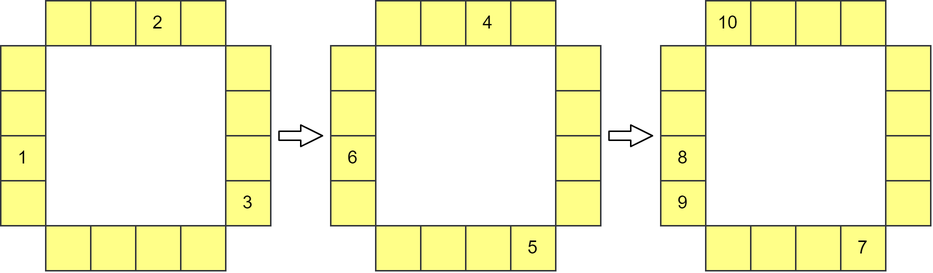
The draw.io diagram img/62c303-L12.drawio.png in axiomofchoice-hjt/Axiomofchoice-hjt.github.io, before a commit. Source tidied: cells renumbered, new cells last; positions are measured from the earlier drawing's top-left corner, leaving out a move shared by most shapes.
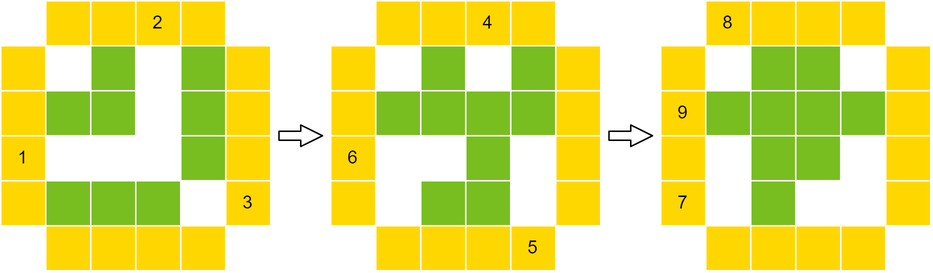
The same file after the commit.

The edit, as a diff of the source:
```diff
@@ -2,161 +2,242 @@
   <root>
     <mxCell id="0" />
     <mxCell id="1" parent="0" />
-    <mxCell id="2" style="rounded=0;whiteSpace=wrap;html=1;fillColor=#ffff88;strokeColor=#36393d;" parent="1" vertex="1">
+    <mxCell id="2" style="rounded=0;whiteSpace=wrap;html=1;fillColor=#ffd700;strokeColor=#ffffff;fontColor=#000000;" parent="1" vertex="1">
       <mxGeometry x="30" width="30" height="30" as="geometry" />
     </mxCell>
-    <mxCell id="3" style="rounded=0;whiteSpace=wrap;html=1;fillColor=#ffff88;strokeColor=#36393d;" parent="1" vertex="1">
+    <mxCell id="3" style="rounded=0;whiteSpace=wrap;html=1;fillColor=#ffd700;strokeColor=#ffffff;fontColor=#000000;" parent="1" vertex="1">
       <mxGeometry x="60" width="30" height="30" as="geometry" />
     </mxCell>
-    <mxCell id="4" value="2" style="rounded=0;whiteSpace=wrap;html=1;fillColor=#ffff88;strokeColor=#36393d;" parent="1" vertex="1">
+    <mxCell id="4" value="2" style="rounded=0;whiteSpace=wrap;html=1;fillColor=#ffd700;strokeColor=#ffffff;fontColor=#000000;" parent="1" vertex="1">
       <mxGeometry x="90" width="30" height="30" as="geometry" />
     </mxCell>
-    <mxCell id="5" style="rounded=0;whiteSpace=wrap;html=1;fillColor=#ffff88;strokeColor=#36393d;" parent="1" vertex="1">
+    <mxCell id="5" style="rounded=0;whiteSpace=wrap;html=1;fillColor=#ffd700;strokeColor=#ffffff;fontColor=#000000;" parent="1" vertex="1">
       <mxGeometry y="30" width="30" height="30" as="geometry" />
     </mxCell>
-    <mxCell id="6" style="rounded=0;whiteSpace=wrap;html=1;fillColor=#ffff88;strokeColor=#36393d;" parent="1" vertex="1">
+    <mxCell id="6" style="rounded=0;whiteSpace=wrap;html=1;fillColor=#ffd700;strokeColor=#ffffff;fontColor=#000000;" parent="1" vertex="1">
       <mxGeometry x="150" y="30" width="30" height="30" as="geometry" />
     </mxCell>
-    <mxCell id="7" style="rounded=0;whiteSpace=wrap;html=1;fillColor=#ffff88;strokeColor=#36393d;" parent="1" vertex="1">
+    <mxCell id="7" style="rounded=0;whiteSpace=wrap;html=1;fillColor=#ffd700;strokeColor=#ffffff;fontColor=#000000;" parent="1" vertex="1">
       <mxGeometry y="60" width="30" height="30" as="geometry" />
     </mxCell>
-    <mxCell id="8" style="rounded=0;whiteSpace=wrap;html=1;fillColor=#ffff88;strokeColor=#36393d;" parent="1" vertex="1">
+    <mxCell id="8" style="rounded=0;whiteSpace=wrap;html=1;fillColor=#ffd700;strokeColor=#ffffff;fontColor=#000000;" parent="1" vertex="1">
       <mxGeometry x="150" y="60" width="30" height="30" as="geometry" />
     </mxCell>
-    <mxCell id="9" value="1" style="rounded=0;whiteSpace=wrap;html=1;fillColor=#ffff88;strokeColor=#36393d;" parent="1" vertex="1">
+    <mxCell id="9" value="1" style="rounded=0;whiteSpace=wrap;html=1;fillColor=#ffd700;strokeColor=#ffffff;fontColor=#000000;" parent="1" vertex="1">
       <mxGeometry y="90" width="30" height="30" as="geometry" />
     </mxCell>
-    <mxCell id="10" style="rounded=0;whiteSpace=wrap;html=1;fillColor=#ffff88;strokeColor=#36393d;" parent="1" vertex="1">
+    <mxCell id="10" style="rounded=0;whiteSpace=wrap;html=1;fillColor=#ffd700;strokeColor=#ffffff;fontColor=#000000;" parent="1" vertex="1">
       <mxGeometry x="150" y="90" width="30" height="30" as="geometry" />
     </mxCell>
-    <mxCell id="11" style="rounded=0;whiteSpace=wrap;html=1;fillColor=#ffff88;strokeColor=#36393d;" parent="1" vertex="1">
+    <mxCell id="11" style="rounded=0;whiteSpace=wrap;html=1;fillColor=#ffd700;strokeColor=#ffffff;fontColor=#000000;" parent="1" vertex="1">
       <mxGeometry x="30" y="150" width="30" height="30" as="geometry" />
     </mxCell>
-    <mxCell id="12" style="rounded=0;whiteSpace=wrap;html=1;fillColor=#ffff88;strokeColor=#36393d;" parent="1" vertex="1">
+    <mxCell id="12" style="rounded=0;whiteSpace=wrap;html=1;fillColor=#ffd700;strokeColor=#ffffff;fontColor=#000000;" parent="1" vertex="1">
       <mxGeometry x="60" y="150" width="30" height="30" as="geometry" />
     </mxCell>
-    <mxCell id="13" style="rounded=0;whiteSpace=wrap;html=1;fillColor=#ffff88;strokeColor=#36393d;" parent="1" vertex="1">
+    <mxCell id="13" style="rounded=0;whiteSpace=wrap;html=1;fillColor=#ffd700;strokeColor=#ffffff;fontColor=#000000;" parent="1" vertex="1">
       <mxGeometry x="90" y="150" width="30" height="30" as="geometry" />
     </mxCell>
-    <mxCell id="14" style="rounded=0;whiteSpace=wrap;html=1;fillColor=#ffff88;strokeColor=#36393d;" parent="1" vertex="1">
+    <mxCell id="14" style="rounded=0;whiteSpace=wrap;html=1;fillColor=#ffd700;strokeColor=#ffffff;fontColor=#000000;" parent="1" vertex="1">
       <mxGeometry x="120" y="150" width="30" height="30" as="geometry" />
     </mxCell>
-    <mxCell id="15" value="3" style="rounded=0;whiteSpace=wrap;html=1;fillColor=#ffff88;strokeColor=#36393d;" parent="1" vertex="1">
+    <mxCell id="15" value="3" style="rounded=0;whiteSpace=wrap;html=1;fillColor=#ffd700;strokeColor=#ffffff;fontColor=#000000;" parent="1" vertex="1">
       <mxGeometry x="150" y="120" width="30" height="30" as="geometry" />
     </mxCell>
-    <mxCell id="16" style="rounded=0;whiteSpace=wrap;html=1;fillColor=#ffff88;strokeColor=#36393d;" parent="1" vertex="1">
+    <mxCell id="16" style="rounded=0;whiteSpace=wrap;html=1;fillColor=#ffd700;strokeColor=#ffffff;fontColor=#000000;" parent="1" vertex="1">
       <mxGeometry x="120" width="30" height="30" as="geometry" />
     </mxCell>
-    <mxCell id="17" style="rounded=0;whiteSpace=wrap;html=1;fillColor=#ffff88;strokeColor=#36393d;" parent="1" vertex="1">
+    <mxCell id="17" style="rounded=0;whiteSpace=wrap;html=1;fillColor=#ffd700;strokeColor=#ffffff;fontColor=#000000;" parent="1" vertex="1">
       <mxGeometry y="120" width="30" height="30" as="geometry" />
     </mxCell>
-    <mxCell id="18" style="rounded=0;whiteSpace=wrap;html=1;fillColor=#ffff88;strokeColor=#36393d;" parent="1" vertex="1">
+    <mxCell id="18" style="rounded=0;whiteSpace=wrap;html=1;fillColor=#ffd700;strokeColor=#ffffff;fontColor=#000000;" parent="1" vertex="1">
       <mxGeometry x="250" width="30" height="30" as="geometry" />
     </mxCell>
-    <mxCell id="19" style="rounded=0;whiteSpace=wrap;html=1;fillColor=#ffff88;strokeColor=#36393d;" parent="1" vertex="1">
+    <mxCell id="19" style="rounded=0;whiteSpace=wrap;html=1;fillColor=#ffd700;strokeColor=#ffffff;fontColor=#000000;" parent="1" vertex="1">
       <mxGeometry x="280" width="30" height="30" as="geometry" />
     </mxCell>
-    <mxCell id="20" value="4" style="rounded=0;whiteSpace=wrap;html=1;fillColor=#ffff88;strokeColor=#36393d;" parent="1" vertex="1">
+    <mxCell id="20" value="4" style="rounded=0;whiteSpace=wrap;html=1;fillColor=#ffd700;strokeColor=#ffffff;fontColor=#000000;" parent="1" vertex="1">
       <mxGeometry x="310" width="30" height="30" as="geometry" />
     </mxCell>
-    <mxCell id="21" style="rounded=0;whiteSpace=wrap;html=1;fillColor=#ffff88;strokeColor=#36393d;" parent="1" vertex="1">
+    <mxCell id="21" style="rounded=0;whiteSpace=wrap;html=1;fillColor=#ffd700;strokeColor=#ffffff;fontColor=#000000;" parent="1" vertex="1">
       <mxGeometry x="220" y="30" width="30" height="30" as="geometry" />
     </mxCell>
-    <mxCell id="22" style="rounded=0;whiteSpace=wrap;html=1;fillColor=#ffff88;strokeColor=#36393d;" parent="1" vertex="1">
+    <mxCell id="22" style="rounded=0;whiteSpace=wrap;html=1;fillColor=#ffd700;strokeColor=#ffffff;fontColor=#000000;" parent="1" vertex="1">
       <mxGeometry x="370" y="30" width="30" height="30" as="geometry" />
     </mxCell>
-    <mxCell id="23" style="rounded=0;whiteSpace=wrap;html=1;fillColor=#ffff88;strokeColor=#36393d;" parent="1" vertex="1">
+    <mxCell id="23" style="rounded=0;whiteSpace=wrap;html=1;fillColor=#ffd700;strokeColor=#ffffff;fontColor=#000000;" parent="1" vertex="1">
       <mxGeometry x="220" y="60" width="30" height="30" as="geometry" />
     </mxCell>
-    <mxCell id="24" style="rounded=0;whiteSpace=wrap;html=1;fillColor=#ffff88;strokeColor=#36393d;" parent="1" vertex="1">
+    <mxCell id="24" style="rounded=0;whiteSpace=wrap;html=1;fillColor=#ffd700;strokeColor=#ffffff;fontColor=#000000;" parent="1" vertex="1">
       <mxGeometry x="370" y="60" width="30" height="30" as="geometry" />
     </mxCell>
-    <mxCell id="25" value="6" style="rounded=0;whiteSpace=wrap;html=1;fillColor=#ffff88;strokeColor=#36393d;" parent="1" vertex="1">
+    <mxCell id="25" value="6" style="rounded=0;whiteSpace=wrap;html=1;fillColor=#ffd700;strokeColor=#ffffff;fontColor=#000000;" parent="1" vertex="1">
       <mxGeometry x="220" y="90" width="30" height="30" as="geometry" />
     </mxCell>
-    <mxCell id="26" style="rounded=0;whiteSpace=wrap;html=1;fillColor=#ffff88;strokeColor=#36393d;" parent="1" vertex="1">
+    <mxCell id="26" style="rounded=0;whiteSpace=wrap;html=1;fillColor=#ffd700;strokeColor=#ffffff;fontColor=#000000;" parent="1" vertex="1">
       <mxGeometry x="370" y="90" width="30" height="30" as="geometry" />
     </mxCell>
-    <mxCell id="27" style="rounded=0;whiteSpace=wrap;html=1;fillColor=#ffff88;strokeColor=#36393d;" parent="1" vertex="1">
+    <mxCell id="27" style="rounded=0;whiteSpace=wrap;html=1;fillColor=#ffd700;strokeColor=#ffffff;fontColor=#000000;" parent="1" vertex="1">
       <mxGeometry x="250" y="150" width="30" height="30" as="geometry" />
     </mxCell>
-    <mxCell id="28" style="rounded=0;whiteSpace=wrap;html=1;fillColor=#ffff88;strokeColor=#36393d;" parent="1" vertex="1">
+    <mxCell id="28" style="rounded=0;whiteSpace=wrap;html=1;fillColor=#ffd700;strokeColor=#ffffff;fontColor=#000000;" parent="1" vertex="1">
       <mxGeometry x="280" y="150" width="30" height="30" as="geometry" />
     </mxCell>
-    <mxCell id="29" style="rounded=0;whiteSpace=wrap;html=1;fillColor=#ffff88;strokeColor=#36393d;" parent="1" vertex="1">
+    <mxCell id="29" style="rounded=0;whiteSpace=wrap;html=1;fillColor=#ffd700;strokeColor=#ffffff;fontColor=#000000;" parent="1" vertex="1">
       <mxGeometry x="310" y="150" width="30" height="30" as="geometry" />
     </mxCell>
-    <mxCell id="30" value="5" style="rounded=0;whiteSpace=wrap;html=1;fillColor=#ffff88;strokeColor=#36393d;" parent="1" vertex="1">
+    <mxCell id="30" value="5" style="rounded=0;whiteSpace=wrap;html=1;fillColor=#ffd700;strokeColor=#ffffff;fontColor=#000000;" parent="1" vertex="1">
       <mxGeometry x="340" y="150" width="30" height="30" as="geometry" />
     </mxCell>
-    <mxCell id="31" style="rounded=0;whiteSpace=wrap;html=1;fillColor=#ffff88;strokeColor=#36393d;" parent="1" vertex="1">
+    <mxCell id="31" style="rounded=0;whiteSpace=wrap;html=1;fillColor=#ffd700;strokeColor=#ffffff;fontColor=#000000;" parent="1" vertex="1">
       <mxGeometry x="370" y="120" width="30" height="30" as="geometry" />
     </mxCell>
-    <mxCell id="32" style="rounded=0;whiteSpace=wrap;html=1;fillColor=#ffff88;strokeColor=#36393d;" parent="1" vertex="1">
+    <mxCell id="32" style="rounded=0;whiteSpace=wrap;html=1;fillColor=#ffd700;strokeColor=#ffffff;fontColor=#000000;" parent="1" vertex="1">
       <mxGeometry x="340" width="30" height="30" as="geometry" />
     </mxCell>
-    <mxCell id="33" style="rounded=0;whiteSpace=wrap;html=1;fillColor=#ffff88;strokeColor=#36393d;" parent="1" vertex="1">
+    <mxCell id="33" style="rounded=0;whiteSpace=wrap;html=1;fillColor=#ffd700;strokeColor=#ffffff;fontColor=#000000;" parent="1" vertex="1">
       <mxGeometry x="220" y="120" width="30" height="30" as="geometry" />
     </mxCell>
-    <mxCell id="34" value="10" style="rounded=0;whiteSpace=wrap;html=1;fillColor=#ffff88;strokeColor=#36393d;" parent="1" vertex="1">
+    <mxCell id="34" value="8" style="rounded=0;whiteSpace=wrap;html=1;fillColor=#ffd700;strokeColor=#ffffff;fontColor=#000000;" parent="1" vertex="1">
       <mxGeometry x="470" width="30" height="30" as="geometry" />
     </mxCell>
-    <mxCell id="35" style="rounded=0;whiteSpace=wrap;html=1;fillColor=#ffff88;strokeColor=#36393d;" parent="1" vertex="1">
+    <mxCell id="35" style="rounded=0;whiteSpace=wrap;html=1;fillColor=#ffd700;strokeColor=#ffffff;fontColor=#000000;" parent="1" vertex="1">
       <mxGeometry x="500" width="30" height="30" as="geometry" />
     </mxCell>
-    <mxCell id="36" style="rounded=0;whiteSpace=wrap;html=1;fillColor=#ffff88;strokeColor=#36393d;" parent="1" vertex="1">
+    <mxCell id="36" style="rounded=0;whiteSpace=wrap;html=1;fillColor=#ffd700;strokeColor=#ffffff;fontColor=#000000;" parent="1" vertex="1">
       <mxGeometry x="530" width="30" height="30" as="geometry" />
     </mxCell>
-    <mxCell id="37" style="rounded=0;whiteSpace=wrap;html=1;fillColor=#ffff88;strokeColor=#36393d;" parent="1" vertex="1">
+    <mxCell id="37" style="rounded=0;whiteSpace=wrap;html=1;fillColor=#ffd700;strokeColor=#ffffff;fontColor=#000000;" parent="1" vertex="1">
       <mxGeometry x="440" y="30" width="30" height="30" as="geometry" />
     </mxCell>
-    <mxCell id="38" style="rounded=0;whiteSpace=wrap;html=1;fillColor=#ffff88;strokeColor=#36393d;" parent="1" vertex="1">
+    <mxCell id="38" style="rounded=0;whiteSpace=wrap;html=1;fillColor=#ffd700;strokeColor=#ffffff;fontColor=#000000;" parent="1" vertex="1">
       <mxGeometry x="590" y="30" width="30" height="30" as="geometry" />
     </mxCell>
-    <mxCell id="39" style="rounded=0;whiteSpace=wrap;html=1;fillColor=#ffff88;strokeColor=#36393d;" parent="1" vertex="1">
+    <mxCell id="39" value="9" style="rounded=0;whiteSpace=wrap;html=1;fillColor=#ffd700;strokeColor=#ffffff;fontColor=#000000;" parent="1" vertex="1">
       <mxGeometry x="440" y="60" width="30" height="30" as="geometry" />
     </mxCell>
-    <mxCell id="40" style="rounded=0;whiteSpace=wrap;html=1;fillColor=#ffff88;strokeColor=#36393d;" parent="1" vertex="1">
+    <mxCell id="40" style="rounded=0;whiteSpace=wrap;html=1;fillColor=#ffd700;strokeColor=#ffffff;fontColor=#000000;" parent="1" vertex="1">
       <mxGeometry x="590" y="60" width="30" height="30" as="geometry" />
     </mxCell>
-    <mxCell id="41" value="8" style="rounded=0;whiteSpace=wrap;html=1;fillColor=#ffff88;strokeColor=#36393d;" parent="1" vertex="1">
+    <mxCell id="41" style="rounded=0;whiteSpace=wrap;html=1;fillColor=#ffd700;strokeColor=#ffffff;fontColor=#000000;" parent="1" vertex="1">
       <mxGeometry x="440" y="90" width="30" height="30" as="geometry" />
     </mxCell>
-    <mxCell id="42" style="rounded=0;whiteSpace=wrap;html=1;fillColor=#ffff88;strokeColor=#36393d;" parent="1" vertex="1">
+    <mxCell id="42" style="rounded=0;whiteSpace=wrap;html=1;fillColor=#ffd700;strokeColor=#ffffff;fontColor=#000000;" parent="1" vertex="1">
       <mxGeometry x="590" y="90" width="30" height="30" as="geometry" />
     </mxCell>
-    <mxCell id="43" style="rounded=0;whiteSpace=wrap;html=1;fillColor=#ffff88;strokeColor=#36393d;" parent="1" vertex="1">
+    <mxCell id="43" style="rounded=0;whiteSpace=wrap;html=1;fillColor=#ffd700;strokeColor=#ffffff;fontColor=#000000;" parent="1" vertex="1">
       <mxGeometry x="470" y="150" width="30" height="30" as="geometry" />
     </mxCell>
-    <mxCell id="44" style="rounded=0;whiteSpace=wrap;html=1;fillColor=#ffff88;strokeColor=#36393d;" parent="1" vertex="1">
+    <mxCell id="44" style="rounded=0;whiteSpace=wrap;html=1;fillColor=#ffd700;strokeColor=#ffffff;fontColor=#000000;" parent="1" vertex="1">
       <mxGeometry x="500" y="150" width="30" height="30" as="geometry" />
     </mxCell>
-    <mxCell id="45" style="rounded=0;whiteSpace=wrap;html=1;fillColor=#ffff88;strokeColor=#36393d;" parent="1" vertex="1">
+    <mxCell id="45" style="rounded=0;whiteSpace=wrap;html=1;fillColor=#ffd700;strokeColor=#ffffff;fontColor=#000000;" parent="1" vertex="1">
       <mxGeometry x="530" y="150" width="30" height="30" as="geometry" />
     </mxCell>
-    <mxCell id="46" value="7" style="rounded=0;whiteSpace=wrap;html=1;fillColor=#ffff88;strokeColor=#36393d;" parent="1" vertex="1">
+    <mxCell id="46" style="rounded=0;whiteSpace=wrap;html=1;fillColor=#ffd700;strokeColor=#ffffff;fontColor=#000000;" parent="1" vertex="1">
       <mxGeometry x="560" y="150" width="30" height="30" as="geometry" />
     </mxCell>
-    <mxCell id="47" style="rounded=0;whiteSpace=wrap;html=1;fillColor=#ffff88;strokeColor=#36393d;" parent="1" vertex="1">
+    <mxCell id="47" style="rounded=0;whiteSpace=wrap;html=1;fillColor=#ffd700;strokeColor=#ffffff;fontColor=#000000;" parent="1" vertex="1">
       <mxGeometry x="590" y="120" width="30" height="30" as="geometry" />
     </mxCell>
-    <mxCell id="48" style="rounded=0;whiteSpace=wrap;html=1;fillColor=#ffff88;strokeColor=#36393d;" parent="1" vertex="1">
+    <mxCell id="48" style="rounded=0;whiteSpace=wrap;html=1;fillColor=#ffd700;strokeColor=#ffffff;fontColor=#000000;" parent="1" vertex="1">
       <mxGeometry x="560" width="30" height="30" as="geometry" />
     </mxCell>
-    <mxCell id="49" value="9" style="rounded=0;whiteSpace=wrap;html=1;fillColor=#ffff88;strokeColor=#36393d;" parent="1" vertex="1">
+    <mxCell id="49" value="7" style="rounded=0;whiteSpace=wrap;html=1;fillColor=#ffd700;strokeColor=#ffffff;fontColor=#000000;" parent="1" vertex="1">
       <mxGeometry x="440" y="120" width="30" height="30" as="geometry" />
     </mxCell>
-    <mxCell id="50" style="endArrow=classic;html=1;shape=flexArrow;width=6;endSize=4.49423076923077;endWidth=7.3076923076923075;" parent="1" edge="1">
-      <mxGeometry relative="1" as="geometry">
-        <mxPoint x="185" y="90" as="sourcePoint" />
-        <mxPoint x="215" y="90" as="targetPoint" />
-      </mxGeometry>
-    </mxCell>
-    <mxCell id="51" style="endArrow=classic;html=1;shape=flexArrow;width=6;endSize=4.49423076923077;endWidth=7.3076923076923075;" parent="1" edge="1">
-      <mxGeometry relative="1" as="geometry">
-        <mxPoint x="405" y="90" as="sourcePoint" />
-        <mxPoint x="435" y="90" as="targetPoint" />
-      </mxGeometry>
-    </mxCell>
+    <mxCell id="52" style="endArrow=classic;html=1;shape=flexArrow;width=6;endSize=4.49423076923077;endWidth=7.3076923076923075;fontColor=#000000;strokeColor=#000000;" parent="1" edge="1">
+      <mxGeometry relative="1" as="geometry">
+        <mxPoint x="185" y="90" as="sourcePoint" />
+        <mxPoint x="215" y="90" as="targetPoint" />
+      </mxGeometry>
+    </mxCell>
+    <mxCell id="53" style="endArrow=classic;html=1;shape=flexArrow;width=6;endSize=4.49423076923077;endWidth=7.3076923076923075;fontColor=#000000;strokeColor=#000000;" parent="1" edge="1">
+      <mxGeometry relative="1" as="geometry">
+        <mxPoint x="405" y="90" as="sourcePoint" />
+        <mxPoint x="435" y="90" as="targetPoint" />
+      </mxGeometry>
+    </mxCell>
+    <mxCell id="54" style="rounded=0;whiteSpace=wrap;html=1;fillColor=#78be21;strokeColor=#ffffff;fontColor=#000000;" parent="1" vertex="1">
+      <mxGeometry x="60" y="30" width="30" height="30" as="geometry" />
+    </mxCell>
+    <mxCell id="55" style="rounded=0;whiteSpace=wrap;html=1;fillColor=#78be21;strokeColor=#ffffff;fontColor=#000000;" parent="1" vertex="1">
+      <mxGeometry x="30" y="60" width="30" height="30" as="geometry" />
+    </mxCell>
+    <mxCell id="56" style="rounded=0;whiteSpace=wrap;html=1;fillColor=#78be21;strokeColor=#ffffff;fontColor=#000000;" parent="1" vertex="1">
+      <mxGeometry x="60" y="60" width="30" height="30" as="geometry" />
+    </mxCell>
+    <mxCell id="57" style="rounded=0;whiteSpace=wrap;html=1;fillColor=#78be21;strokeColor=#ffffff;fontColor=#000000;" parent="1" vertex="1">
+      <mxGeometry x="30" y="120" width="30" height="30" as="geometry" />
+    </mxCell>
+    <mxCell id="58" style="rounded=0;whiteSpace=wrap;html=1;fillColor=#78be21;strokeColor=#ffffff;fontColor=#000000;" parent="1" vertex="1">
+      <mxGeometry x="60" y="120" width="30" height="30" as="geometry" />
+    </mxCell>
+    <mxCell id="59" style="rounded=0;whiteSpace=wrap;html=1;fillColor=#78be21;strokeColor=#ffffff;fontColor=#000000;" parent="1" vertex="1">
+      <mxGeometry x="90" y="120" width="30" height="30" as="geometry" />
+    </mxCell>
+    <mxCell id="60" style="rounded=0;whiteSpace=wrap;html=1;fillColor=#78be21;strokeColor=#ffffff;fontColor=#000000;" parent="1" vertex="1">
+      <mxGeometry x="120" y="30" width="30" height="30" as="geometry" />
+    </mxCell>
+    <mxCell id="61" style="rounded=0;whiteSpace=wrap;html=1;fillColor=#78be21;strokeColor=#ffffff;fontColor=#000000;" parent="1" vertex="1">
+      <mxGeometry x="120" y="60" width="30" height="30" as="geometry" />
+    </mxCell>
+    <mxCell id="62" style="rounded=0;whiteSpace=wrap;html=1;fillColor=#78be21;strokeColor=#ffffff;fontColor=#000000;" parent="1" vertex="1">
+      <mxGeometry x="120" y="90" width="30" height="30" as="geometry" />
+    </mxCell>
+    <mxCell id="63" style="rounded=0;whiteSpace=wrap;html=1;fillColor=#78be21;strokeColor=#ffffff;fontColor=#000000;" parent="1" vertex="1">
+      <mxGeometry x="280" y="30" width="30" height="30" as="geometry" />
+    </mxCell>
+    <mxCell id="64" style="rounded=0;whiteSpace=wrap;html=1;fillColor=#78be21;strokeColor=#ffffff;fontColor=#000000;" parent="1" vertex="1">
+      <mxGeometry x="280" y="60" width="30" height="30" as="geometry" />
+    </mxCell>
+    <mxCell id="65" style="rounded=0;whiteSpace=wrap;html=1;fillColor=#78be21;strokeColor=#ffffff;fontColor=#000000;" parent="1" vertex="1">
+      <mxGeometry x="250" y="60" width="30" height="30" as="geometry" />
+    </mxCell>
+    <mxCell id="66" style="rounded=0;whiteSpace=wrap;html=1;fillColor=#78be21;strokeColor=#ffffff;fontColor=#000000;" parent="1" vertex="1">
+      <mxGeometry x="310" y="60" width="30" height="30" as="geometry" />
+    </mxCell>
+    <mxCell id="67" style="rounded=0;whiteSpace=wrap;html=1;fillColor=#78be21;strokeColor=#ffffff;fontColor=#000000;" parent="1" vertex="1">
+      <mxGeometry x="340" y="30" width="30" height="30" as="geometry" />
+    </mxCell>
+    <mxCell id="68" style="rounded=0;whiteSpace=wrap;html=1;fillColor=#78be21;strokeColor=#ffffff;fontColor=#000000;" parent="1" vertex="1">
+      <mxGeometry x="340" y="60" width="30" height="30" as="geometry" />
+    </mxCell>
+    <mxCell id="69" style="rounded=0;whiteSpace=wrap;html=1;fillColor=#78be21;strokeColor=#ffffff;fontColor=#000000;" parent="1" vertex="1">
+      <mxGeometry x="310" y="90" width="30" height="30" as="geometry" />
+    </mxCell>
+    <mxCell id="70" style="rounded=0;whiteSpace=wrap;html=1;fillColor=#78be21;strokeColor=#ffffff;fontColor=#000000;" parent="1" vertex="1">
+      <mxGeometry x="310" y="120" width="30" height="30" as="geometry" />
+    </mxCell>
+    <mxCell id="71" style="rounded=0;whiteSpace=wrap;html=1;fillColor=#78be21;strokeColor=#ffffff;fontColor=#000000;" parent="1" vertex="1">
+      <mxGeometry x="280" y="120" width="30" height="30" as="geometry" />
+    </mxCell>
+    <mxCell id="72" style="rounded=0;whiteSpace=wrap;html=1;fillColor=#78be21;strokeColor=#ffffff;fontColor=#000000;" parent="1" vertex="1">
+      <mxGeometry x="500" y="30" width="30" height="30" as="geometry" />
+    </mxCell>
+    <mxCell id="73" style="rounded=0;whiteSpace=wrap;html=1;fillColor=#78be21;strokeColor=#ffffff;fontColor=#000000;" parent="1" vertex="1">
+      <mxGeometry x="530" y="30" width="30" height="30" as="geometry" />
+    </mxCell>
+    <mxCell id="74" style="rounded=0;whiteSpace=wrap;html=1;fillColor=#78be21;strokeColor=#ffffff;fontColor=#000000;" parent="1" vertex="1">
+      <mxGeometry x="530" y="60" width="30" height="30" as="geometry" />
+    </mxCell>
+    <mxCell id="75" style="rounded=0;whiteSpace=wrap;html=1;fillColor=#78be21;strokeColor=#ffffff;fontColor=#000000;" parent="1" vertex="1">
+      <mxGeometry x="500" y="60" width="30" height="30" as="geometry" />
+    </mxCell>
+    <mxCell id="76" style="rounded=0;whiteSpace=wrap;html=1;fillColor=#78be21;strokeColor=#ffffff;fontColor=#000000;" parent="1" vertex="1">
+      <mxGeometry x="470" y="60" width="30" height="30" as="geometry" />
+    </mxCell>
+    <mxCell id="77" style="rounded=0;whiteSpace=wrap;html=1;fillColor=#78be21;strokeColor=#ffffff;fontColor=#000000;" parent="1" vertex="1">
+      <mxGeometry x="560" y="60" width="30" height="30" as="geometry" />
+    </mxCell>
+    <mxCell id="78" style="rounded=0;whiteSpace=wrap;html=1;fillColor=#78be21;strokeColor=#ffffff;fontColor=#000000;" parent="1" vertex="1">
+      <mxGeometry x="530" y="90" width="30" height="30" as="geometry" />
+    </mxCell>
+    <mxCell id="79" style="rounded=0;whiteSpace=wrap;html=1;fillColor=#78be21;strokeColor=#ffffff;fontColor=#000000;" parent="1" vertex="1">
+      <mxGeometry x="500" y="90" width="30" height="30" as="geometry" />
+    </mxCell>
+    <mxCell id="80" style="rounded=0;whiteSpace=wrap;html=1;fillColor=#78be21;strokeColor=#ffffff;fontColor=#000000;" parent="1" vertex="1">
+      <mxGeometry x="500" y="120" width="30" height="30" as="geometry" />
+    </mxCell>
   </root>
 </mxGraphModel>
```
